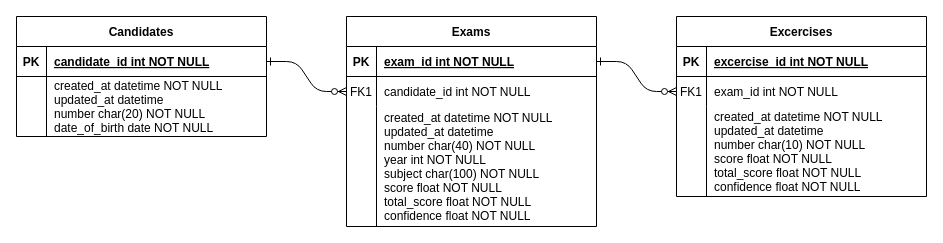
Above: doc/backend/db/erm/erm.drawio in pm4-graders/3ES (draw.io), before the change. Source tidied: cells renumbered, new cells numbered last; positions are measured from the earlier drawing's top-left corner, leaving out a move shared by most shapes. Both pictures are drawn from the tidied source at 100%, with x=0, y=0 at pixel (16, 16).
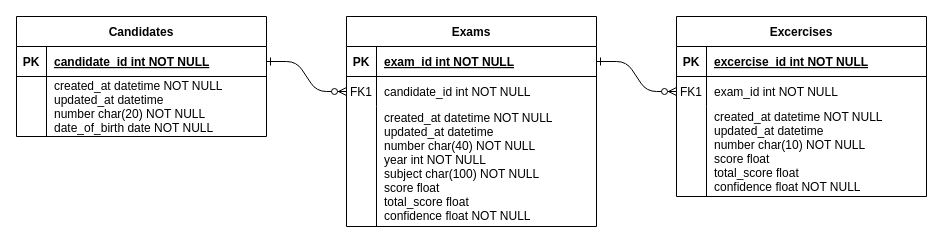
Above is the later version.

Commit message (it also covers changes not shown here):
scanner handle cv null values

Unchanged cells that the change refers to:
```xml
<mxCell id="11" style="shape=partialRectangle;fillColor=none;top=0;left=0;right=0;bottom=0;" parent="4" vertex="1">
  <mxGeometry y="90" width="250" height="120" as="geometry" />
</mxCell>
<mxCell id="21" style="shape=partialRectangle;fillColor=none;top=0;left=0;right=0;bottom=0;" parent="14" vertex="1">
  <mxGeometry y="90" width="250" height="90" as="geometry" />
</mxCell>
```

The edit, as a diff of the source:
```diff
@@
-    <mxCell id="13" value="created_at datetime NOT NULL&#10;updated_at datetime&#10;number char(40) NOT NULL&#10;year int NOT NULL&#10;subject char(100) NOT NULL&#10;score float NOT NULL&#10;total_score float NOT NULL&#10;confidence float NOT NULL" style="shape=partialRectangle;overflow=hidden;fillColor=none;top=0;left=0;bottom=0;right=0;align=left;spacingLeft=6;" parent="11" vertex="1">
+    <mxCell id="13" value="created_at datetime NOT NULL&#10;updated_at datetime&#10;number char(40) NOT NULL&#10;year int NOT NULL&#10;subject char(100) NOT NULL&#10;score float&#10;total_score float&#10;confidence float NOT NULL" style="shape=partialRectangle;overflow=hidden;fillColor=none;top=0;left=0;bottom=0;right=0;align=left;spacingLeft=6;" parent="11" vertex="1">
       <mxGeometry x="30" width="220" height="120" as="geometry" />
     </mxCell>
@@
-    <mxCell id="23" value="created_at datetime NOT NULL&#10;updated_at datetime&#10;number char(10) NOT NULL&#10;score float NOT NULL&#10;total_score float NOT NULL&#10;confidence float NOT NULL" style="shape=partialRectangle;overflow=hidden;fillColor=none;top=0;left=0;bottom=0;right=0;align=left;spacingLeft=6;" parent="21" vertex="1">
+    <mxCell id="23" value="created_at datetime NOT NULL&#10;updated_at datetime&#10;number char(10) NOT NULL&#10;score float&#10;total_score float&#10;confidence float NOT NULL" style="shape=partialRectangle;overflow=hidden;fillColor=none;top=0;left=0;bottom=0;right=0;align=left;spacingLeft=6;" parent="21" vertex="1">
       <mxGeometry x="30" width="220" height="90" as="geometry" />
     </mxCell>
```
